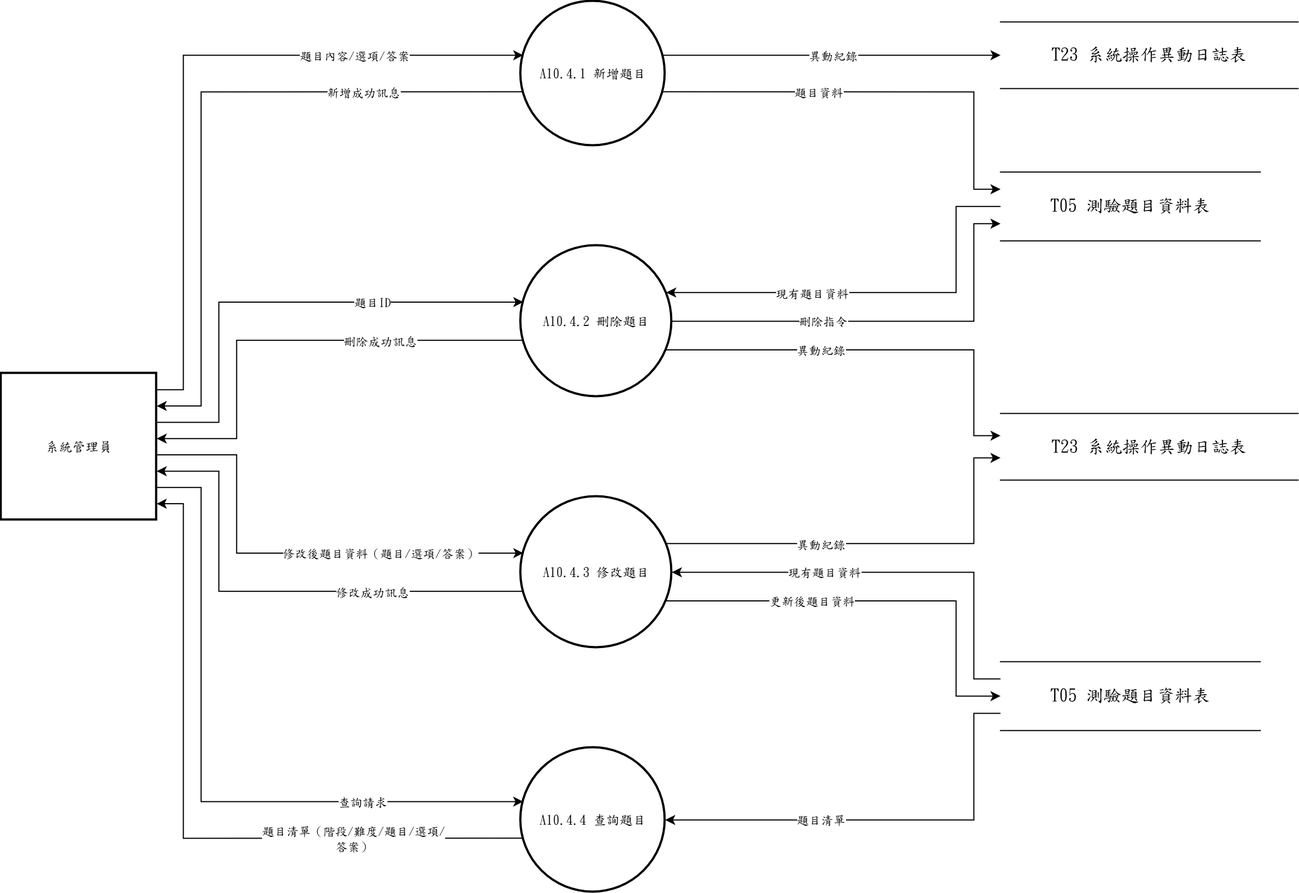
s22452007/115502 keeps this draw.io diagram as 系統文件/第6章/DFD圖/圖10/新/圖10.4.drawio.png. Above is the earlier version. Source tidied: cells renumbered, new cells last; positions are measured from the earlier drawing's top-left corner, leaving out a move shared by most shapes.
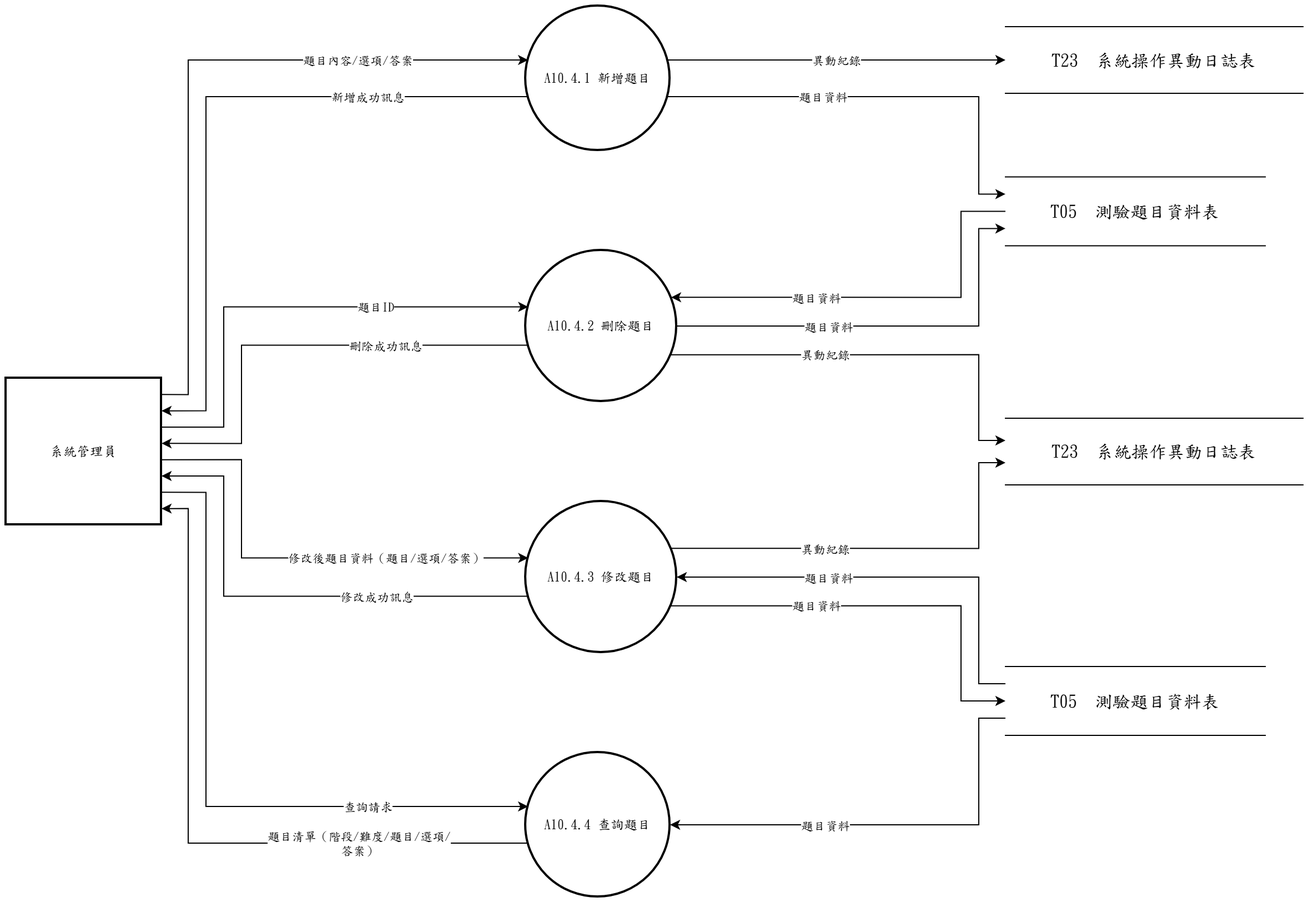
The same diagram one commit later.

What changed in the source:
```diff
@@ -17,16 +17,16 @@
     <mxCell id="6" value="系統管理員" style="whiteSpace=wrap;strokeWidth=2;html=1;fontFamily=標楷體;" parent="1" vertex="1">
       <mxGeometry y="335" width="140" height="132" as="geometry" />
     </mxCell>
-    <mxCell id="7" value="&lt;span lang=&quot;EN-US&quot; style=&quot;font-size: 12pt;&quot;&gt;T23&amp;nbsp;&lt;/span&gt;&lt;span style=&quot;font-size: 12pt;&quot;&gt;系統操作異動日誌表&lt;/span&gt;" style="shape=partialRectangle;whiteSpace=wrap;html=1;left=0;right=0;fontFamily=標楷體;fontSize=16;" parent="1" vertex="1">
+    <mxCell id="7" value="T23  系統操作異動日誌表" style="shape=partialRectangle;whiteSpace=wrap;html=1;left=0;right=0;fontFamily=標楷體;fontSize=16;" parent="1" vertex="1">
       <mxGeometry x="900" y="18.5" width="268" height="60" as="geometry" />
     </mxCell>
-    <mxCell id="8" value="&lt;span lang=&quot;EN-US&quot; style=&quot;font-size: 12pt;&quot;&gt;T05&amp;nbsp;&lt;/span&gt;&lt;span style=&quot;font-size: 12pt;&quot;&gt;測驗題目資料表&lt;/span&gt;" style="shape=partialRectangle;whiteSpace=wrap;html=1;left=0;right=0;fontFamily=標楷體;fontSize=16;" parent="1" vertex="1">
+    <mxCell id="8" value="T05  測驗題目資料表" style="shape=partialRectangle;whiteSpace=wrap;html=1;left=0;right=0;fontFamily=標楷體;fontSize=16;" parent="1" vertex="1">
       <mxGeometry x="900" y="153.7" width="234" height="62" as="geometry" />
     </mxCell>
-    <mxCell id="9" value="&lt;span lang=&quot;EN-US&quot; style=&quot;font-size: 12pt;&quot;&gt;T23&amp;nbsp;&lt;/span&gt;&lt;span style=&quot;font-size: 12pt;&quot;&gt;系統操作異動日誌表&lt;/span&gt;" style="shape=partialRectangle;whiteSpace=wrap;html=1;left=0;right=0;fontFamily=標楷體;fontSize=16;" parent="1" vertex="1">
+    <mxCell id="9" value="T23  系統操作異動日誌表" style="shape=partialRectangle;whiteSpace=wrap;html=1;left=0;right=0;fontFamily=標楷體;fontSize=16;" parent="1" vertex="1">
       <mxGeometry x="900" y="371" width="268" height="60" as="geometry" />
     </mxCell>
-    <mxCell id="10" value="&lt;span lang=&quot;EN-US&quot; style=&quot;font-size: 12pt;&quot;&gt;T05&amp;nbsp;&lt;/span&gt;&lt;span style=&quot;font-size: 12pt;&quot;&gt;測驗題目資料表&lt;/span&gt;" style="shape=partialRectangle;whiteSpace=wrap;html=1;left=0;right=0;fontFamily=標楷體;fontSize=16;" parent="1" vertex="1">
+    <mxCell id="10" value="T05  測驗題目資料表" style="shape=partialRectangle;whiteSpace=wrap;html=1;left=0;right=0;fontFamily=標楷體;fontSize=16;" parent="1" vertex="1">
       <mxGeometry x="900" y="594.5" width="234" height="62" as="geometry" />
     </mxCell>
     <mxCell id="11" style="edgeStyle=none;rounded=0;html=1;fontFamily=標楷體;endArrow=classic;exitX=1.0000;exitY=0.1111;exitDx=0;exitDy=0;exitPerimeter=0;entryX=0.0163;entryY=0.3733;entryDx=0;entryDy=0;entryPerimeter=0;" parent="1" edge="1" source="6" target="2">
@@ -87,7 +87,7 @@
         </Array>
       </mxGeometry>
     </mxCell>
-    <mxCell id="22" value="現有題目資料" style="edgeLabel;html=1;align=center;verticalAlign=middle;fontFamily=標楷體;" parent="21" vertex="1">
+    <mxCell id="22" value="題目資料" style="edgeLabel;html=1;align=center;verticalAlign=middle;fontFamily=標楷體;" parent="21" vertex="1">
       <mxGeometry x="0.31" relative="1" as="geometry" />
     </mxCell>
     <mxCell id="23" style="edgeStyle=none;rounded=0;html=1;fontFamily=標楷體;endArrow=classic;exitX=0.0163;exitY=0.6267;exitDx=0;exitDy=0;exitPerimeter=0;entryX=1.0000;entryY=0.4444;entryDx=0;entryDy=0;entryPerimeter=0;" parent="1" edge="1" source="3" target="6">
@@ -109,7 +109,7 @@
         </Array>
       </mxGeometry>
     </mxCell>
-    <mxCell id="26" value="刪除指令" style="edgeLabel;html=1;align=center;verticalAlign=middle;fontFamily=標楷體;" parent="25" vertex="1">
+    <mxCell id="26" value="題目資料" style="edgeLabel;html=1;align=center;verticalAlign=middle;fontFamily=標楷體;" parent="25" vertex="1">
       <mxGeometry x="-0.29" relative="1" as="geometry" />
     </mxCell>
     <mxCell id="27" style="edgeStyle=none;rounded=0;html=1;fontFamily=標楷體;endArrow=classic;exitX=0.9625;exitY=0.6900;exitDx=0;exitDy=0;exitPerimeter=0;entryX=0.0000;entryY=0.3333;entryDx=0;entryDy=0;entryPerimeter=0;" parent="1" edge="1" source="3" target="9">
@@ -142,7 +142,7 @@
         </Array>
       </mxGeometry>
     </mxCell>
-    <mxCell id="32" value="現有題目資料" style="edgeLabel;html=1;align=center;verticalAlign=middle;fontFamily=標楷體;" parent="31" vertex="1">
+    <mxCell id="32" value="題目資料" style="edgeLabel;html=1;align=center;verticalAlign=middle;fontFamily=標楷體;" parent="31" vertex="1">
       <mxGeometry x="0.31" relative="1" as="geometry" />
     </mxCell>
     <mxCell id="33" style="edgeStyle=none;rounded=0;html=1;fontFamily=標楷體;endArrow=classic;exitX=0.0163;exitY=0.6267;exitDx=0;exitDy=0;exitPerimeter=0;entryX=1.0000;entryY=0.6667;entryDx=0;entryDy=0;entryPerimeter=0;" parent="1" edge="1" source="4" target="6">
@@ -164,7 +164,7 @@
         </Array>
       </mxGeometry>
     </mxCell>
-    <mxCell id="36" value="更新後題目資料" style="edgeLabel;html=1;align=center;verticalAlign=middle;fontFamily=標楷體;" parent="35" vertex="1">
+    <mxCell id="36" value="題目資料" style="edgeLabel;html=1;align=center;verticalAlign=middle;fontFamily=標楷體;" parent="35" vertex="1">
       <mxGeometry x="-0.33" relative="1" as="geometry" />
     </mxCell>
     <mxCell id="37" style="edgeStyle=none;rounded=0;html=1;fontFamily=標楷體;endArrow=classic;exitX=0.9625;exitY=0.3100;exitDx=0;exitDy=0;exitPerimeter=0;entryX=0.0000;entryY=0.6667;entryDx=0;entryDy=0;entryPerimeter=0;" parent="1" edge="1" source="4" target="9">
@@ -197,7 +197,7 @@
         </Array>
       </mxGeometry>
     </mxCell>
-    <mxCell id="42" value="題目清單" style="edgeLabel;html=1;align=center;verticalAlign=middle;fontFamily=標楷體;" parent="41" vertex="1">
+    <mxCell id="42" value="題目資料" style="edgeLabel;html=1;align=center;verticalAlign=middle;fontFamily=標楷體;" parent="41" vertex="1">
       <mxGeometry x="0.3" relative="1" as="geometry" />
     </mxCell>
     <mxCell id="43" style="edgeStyle=none;rounded=0;html=1;fontFamily=標楷體;endArrow=classic;exitX=0.0163;exitY=0.6267;exitDx=0;exitDy=0;exitPerimeter=0;entryX=1.0000;entryY=0.8889;entryDx=0;entryDy=0;entryPerimeter=0;" parent="1" edge="1" source="5" target="6">
```
